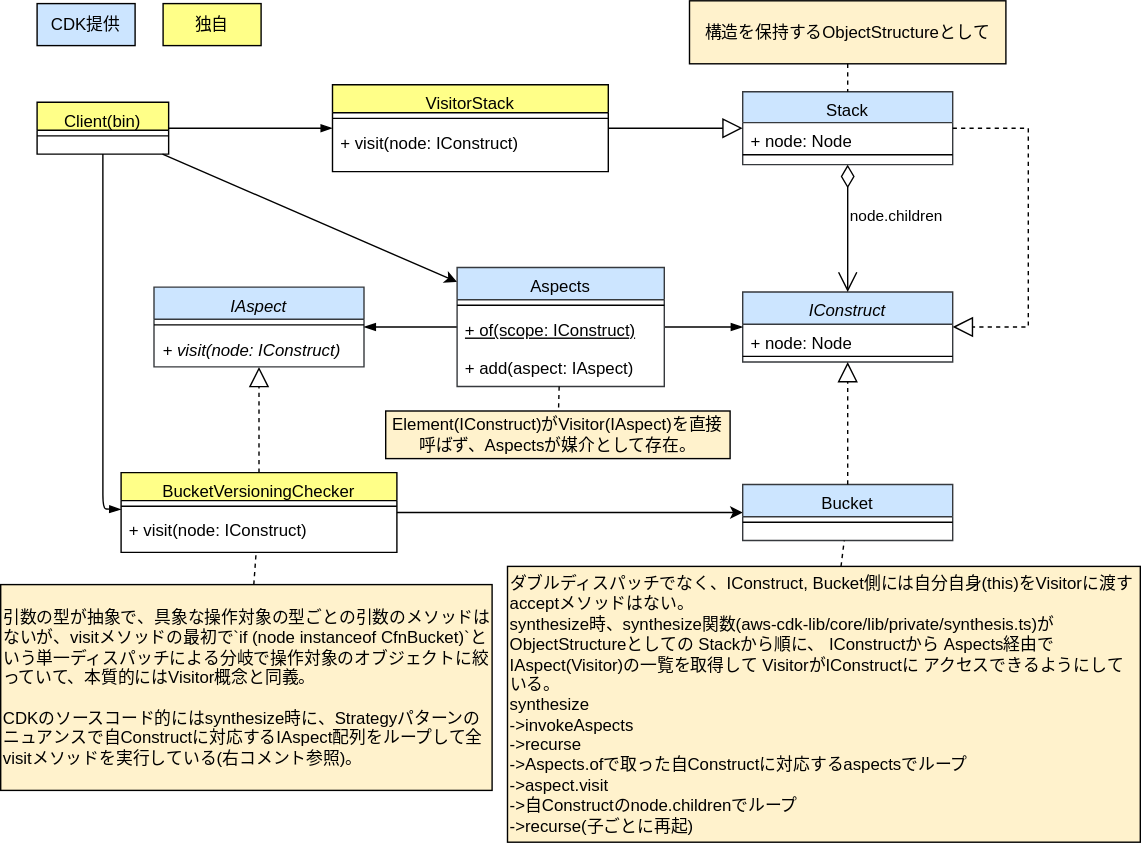
Above: drawio/visitor/visitor-cdk-simplified.drawio.svg in go-to-k/cdk-gof-design-pattern (draw.io), before the change. Source tidied: cells renumbered, new cells last; positions are measured from the earlier drawing's top-left corner, leaving out a move shared by most shapes.
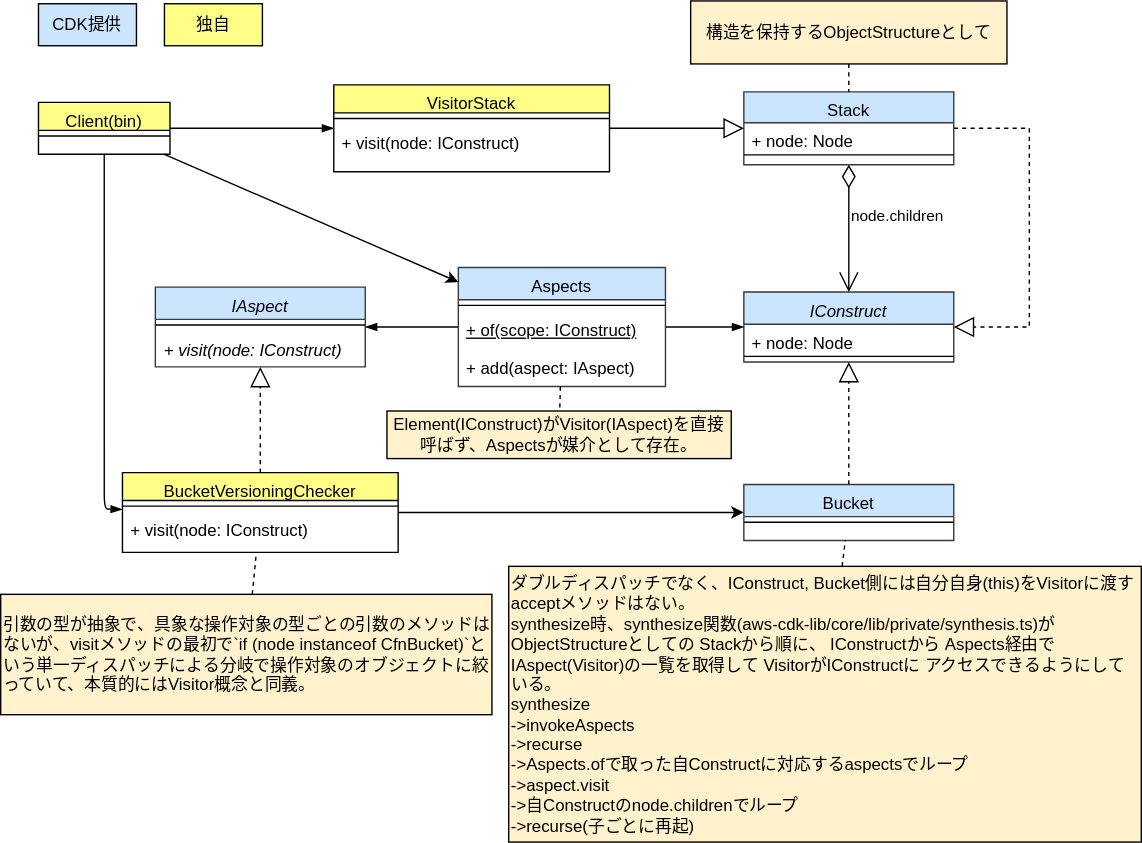
After the commit.

Commit message:
update visitor diagrams

Change to the diagram source:
```diff
@@ -53,8 +53,8 @@
     <mxCell id="18" style="edgeStyle=none;html=1;strokeColor=#000000;endArrow=none;endFill=0;dashed=1;" parent="1" edge="1" source="19" target="5">
       <mxGeometry relative="1" as="geometry" />
     </mxCell>
-    <mxCell id="19" value="引数の型が抽象で、具象な操作対象の型ごとの引数のメソッドはないが、visitメソッドの最初で`if (node instanceof CfnBucket)`という単一ディスパッチによる分岐で操作対象のオブジェクトに絞っていて、本質的にはVisitor概念と同義。&lt;br&gt;&lt;br&gt;CDKのソースコード的にはsynthesize時に、Strategyパターンのニュアンスで自Constructに対応するIAspect配列をループして全visitメソッドを実行している(右コメント参照)。" style="text;html=1;strokeColor=#000000;fillColor=#fff2cc;align=left;verticalAlign=middle;whiteSpace=wrap;rounded=0;fontColor=#000000;" parent="1" vertex="1">
-      <mxGeometry y="417" width="351" height="147" as="geometry" />
+    <mxCell id="19" value="引数の型が抽象で、具象な操作対象の型ごとの引数のメソッドはないが、visitメソッドの最初で`if (node instanceof CfnBucket)`という単一ディスパッチによる分岐で操作対象のオブジェクトに絞っていて、本質的にはVisitor概念と同義。" style="text;html=1;strokeColor=#000000;fillColor=#fff2cc;align=left;verticalAlign=middle;whiteSpace=wrap;rounded=0;fontColor=#000000;" parent="1" vertex="1">
+      <mxGeometry x="-1" y="424" width="351" height="86" as="geometry" />
     </mxCell>
     <mxCell id="20" style="edgeStyle=none;html=1;dashed=1;strokeColor=#000000;endArrow=none;endFill=0;" parent="1" edge="1" source="21" target="12">
       <mxGeometry relative="1" as="geometry" />
```
